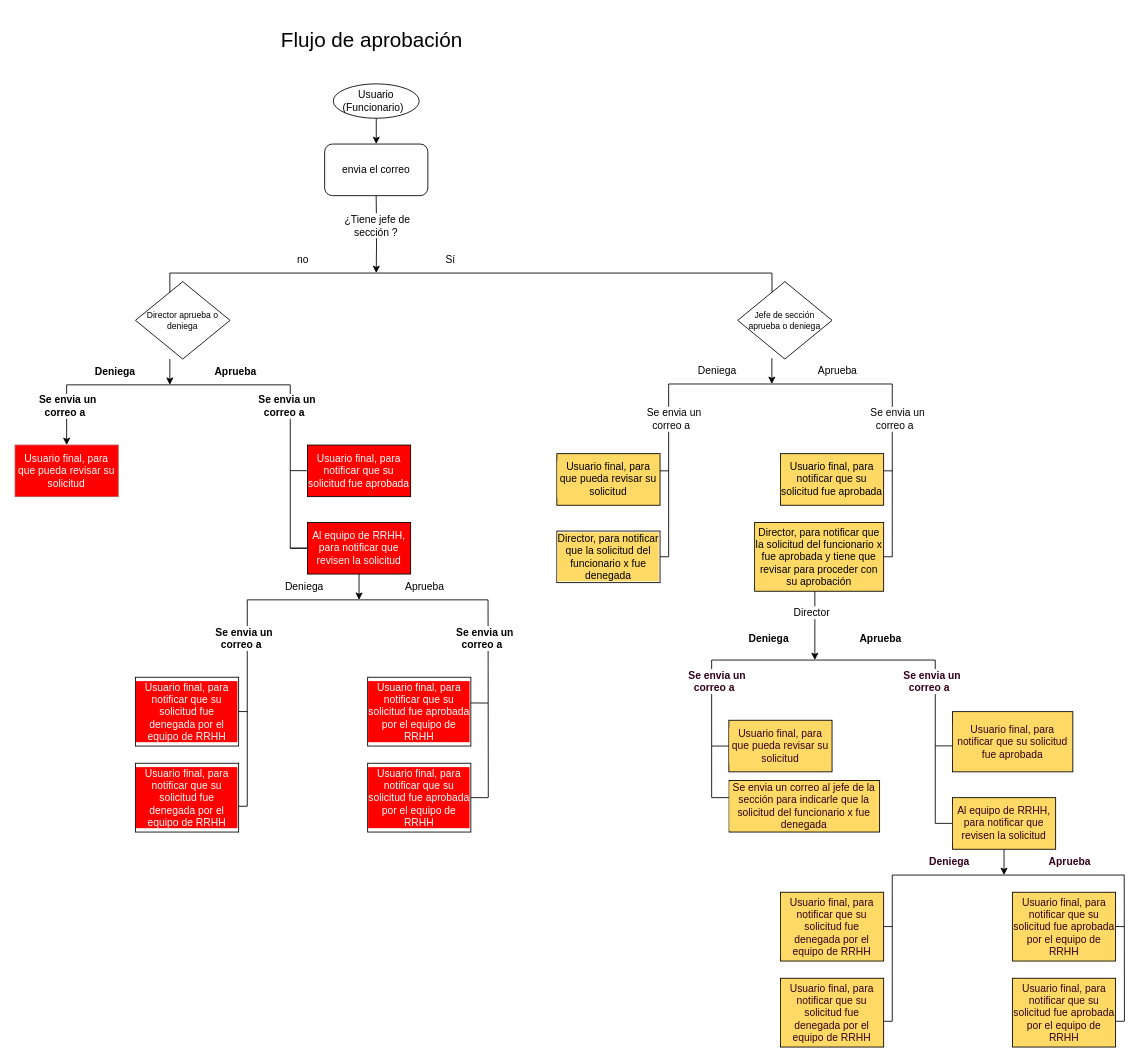
Before: page "Usuario Final" (1 of 3) of rrhh/Untitled Diagram.drawio in rmiambiente/DrawioInfo, a draw.io diagram. Source tidied: cells renumbered, new cells numbered last; positions are measured from the earlier drawing's top-left corner, leaving out a move shared by most shapes. Both pictures are drawn from the tidied source at 86%, with x=0, y=0 at pixel (15, 15).
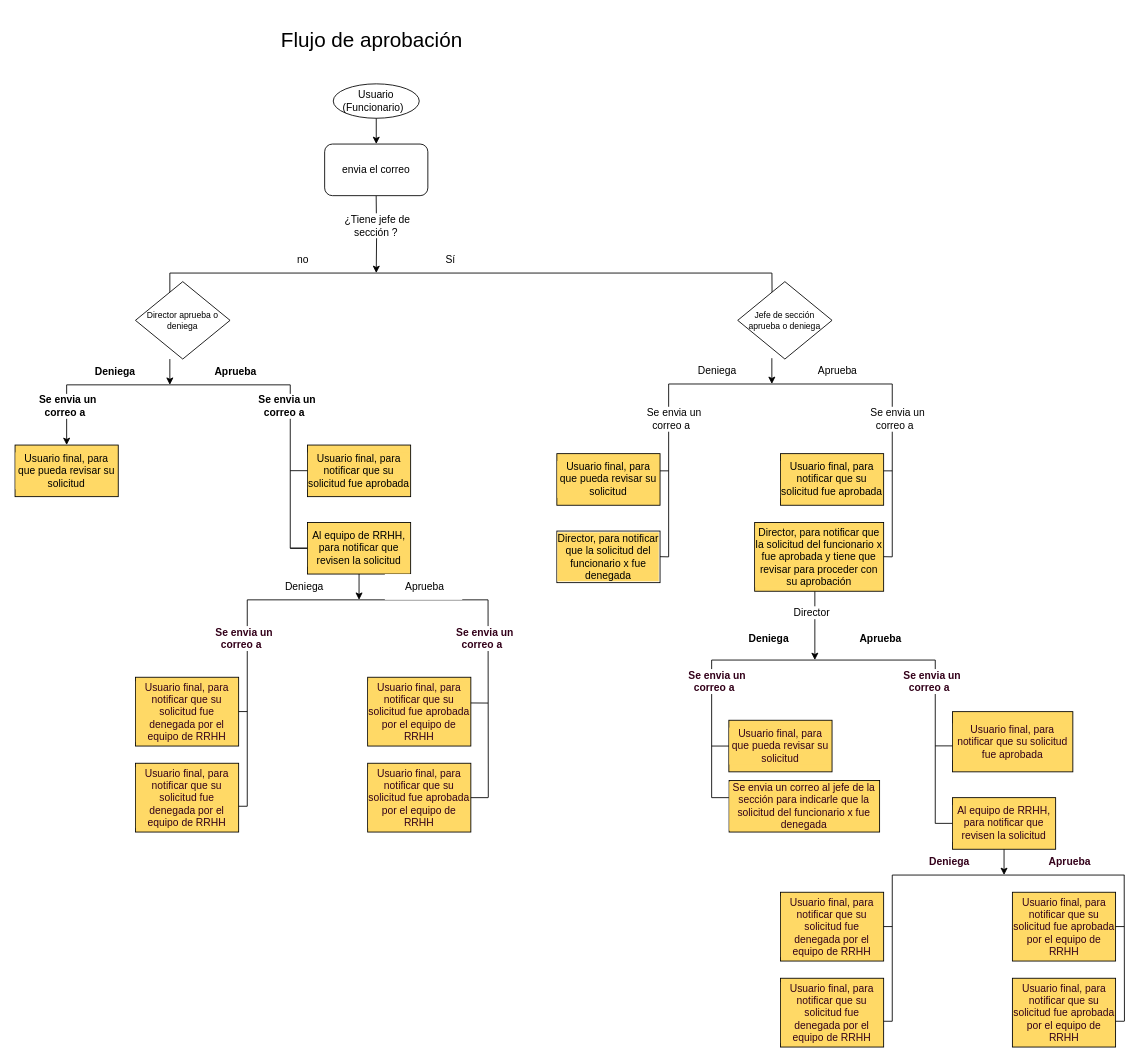
Above is the later version.

What changed in the source:
```diff
@@
-    <mxCell id="6" value="&amp;nbsp;Deniega" style="text;html=1;align=center;verticalAlign=middle;whiteSpace=wrap;rounded=0;labelBackgroundColor=default;" parent="1" vertex="1">
+    <mxCell id="6" value="&amp;nbsp;Deniega" style="text;html=1;align=center;verticalAlign=middle;whiteSpace=wrap;rounded=0;labelBackgroundColor=#FFFFFF;fontColor=#000000;" parent="1" vertex="1">
       <mxGeometry x="290" y="650" width="90" height="30" as="geometry" />
     </mxCell>
@@
-    <mxCell id="24" value="Usuario final, para que pueda revisar su solicitud" style="rounded=0;whiteSpace=wrap;html=1;fillColor=#FF0000;strokeColor=#b85450;fontColor=#FFFFFF;" parent="1" vertex="1">
+    <mxCell id="24" value="Usuario final, para que pueda revisar su solicitud" style="rounded=0;whiteSpace=wrap;html=1;fillColor=#FFD966;strokeColor=default;fontColor=#000000;labelBackgroundColor=#FFD966;" parent="1" vertex="1">
       <mxGeometry y="500" width="120" height="60" as="geometry" />
     </mxCell>
-    <mxCell id="25" value="Usuario final, para notificar que su solicitud fue aprobada" style="rounded=0;whiteSpace=wrap;html=1;fillColor=#FF0000;fontColor=#FFFFFF;" parent="1" vertex="1">
+    <mxCell id="25" value="Usuario final, para notificar que su solicitud fue aprobada" style="rounded=0;whiteSpace=wrap;html=1;fillColor=#FFD966;fontColor=#000000;labelBackgroundColor=#FFD966;" parent="1" vertex="1">
       <mxGeometry x="340" y="500" width="120" height="60" as="geometry" />
     </mxCell>
@@
-    <mxCell id="28" value="Al equipo de RRHH, para notificar que revisen la solicitud" style="rounded=0;whiteSpace=wrap;html=1;fillColor=#FF0000;fontColor=#FFFFFF;" parent="1" vertex="1">
+    <mxCell id="28" value="Al equipo de RRHH, para notificar que revisen la solicitud" style="rounded=0;whiteSpace=wrap;html=1;fillColor=#FFD966;fontColor=#000000;labelBackgroundColor=#FFD966;" parent="1" vertex="1">
       <mxGeometry x="340" y="590" width="120" height="60" as="geometry" />
     </mxCell>
-    <mxCell id="29" style="endArrow=none;html=1;rounded=0;" parent="1" edge="1">
+    <mxCell id="29" style="endArrow=none;html=1;rounded=0;labelBackgroundColor=#FFD966;fontColor=#000000;" parent="1" edge="1">
       <mxGeometry relative="1" as="geometry">
         <mxPoint x="320" y="619.9" as="sourcePoint" />
         <mxPoint x="340" y="619.9" as="targetPoint" />
       </mxGeometry>
     </mxCell>
-    <mxCell id="30" style="endArrow=none;html=1;rounded=0;" parent="1" edge="1">
+    <mxCell id="30" style="endArrow=none;html=1;rounded=0;labelBackgroundColor=#FFD966;fontColor=#000000;" parent="1" edge="1">
       <mxGeometry relative="1" as="geometry">
         <mxPoint x="320" y="529.8" as="sourcePoint" />
         <mxPoint x="340" y="529.8" as="targetPoint" />
       </mxGeometry>
     </mxCell>
-    <mxCell id="31" style="endArrow=none;html=1;rounded=0;" parent="1" edge="1">
+    <mxCell id="31" style="endArrow=none;html=1;rounded=0;labelBackgroundColor=#FFD966;" parent="1" edge="1">
       <mxGeometry relative="1" as="geometry">
         <mxPoint x="270" y="680" as="sourcePoint" />
         <mxPoint x="550" y="680" as="targetPoint" />
       </mxGeometry>
     </mxCell>
-    <mxCell id="32" style="endArrow=classic;html=1;rounded=0;" parent="1" edge="1">
+    <mxCell id="32" style="endArrow=classic;html=1;rounded=0;labelBackgroundColor=#FFD966;fontColor=#000000;" parent="1" edge="1">
       <mxGeometry relative="1" as="geometry">
         <mxPoint x="400" y="650" as="sourcePoint" />
         <mxPoint x="400" y="680" as="targetPoint" />
       </mxGeometry>
     </mxCell>
-    <mxCell id="33" value="&amp;nbsp;Aprueba" style="text;html=1;align=center;verticalAlign=middle;whiteSpace=wrap;rounded=0;" parent="1" vertex="1">
+    <mxCell id="33" value="&amp;nbsp;Aprueba" style="text;html=1;align=center;verticalAlign=middle;whiteSpace=wrap;rounded=0;labelBackgroundColor=#FFFFFF;fillColor=#FFFFFF;" parent="1" vertex="1">
       <mxGeometry x="430" y="650" width="90" height="30" as="geometry" />
     </mxCell>
-    <mxCell id="34" value="Usuario final, para notificar que su solicitud fue denegada por el equipo de RRHH" style="rounded=0;whiteSpace=wrap;html=1;labelBackgroundColor=#FF0000;fillColor=#FFFFFF;fontColor=#FFFFFF;" parent="1" vertex="1">
+    <mxCell id="34" value="Usuario final, para notificar que su solicitud fue denegada por el equipo de RRHH" style="rounded=0;whiteSpace=wrap;html=1;labelBackgroundColor=#FFD966;fillColor=#FFD966;fontColor=#33001A;" parent="1" vertex="1">
       <mxGeometry x="140" y="770" width="120" height="80" as="geometry" />
     </mxCell>
-    <mxCell id="35" value="Usuario final, para notificar que su solicitud fue denegada por el equipo de RRHH" style="rounded=0;whiteSpace=wrap;html=1;labelBackgroundColor=#FF0000;fillColor=#FFFFFF;fontColor=#FFFFFF;" parent="1" vertex="1">
+    <mxCell id="35" value="Usuario final, para notificar que su solicitud fue denegada por el equipo de RRHH" style="rounded=0;whiteSpace=wrap;html=1;labelBackgroundColor=#FFD966;fillColor=#FFD966;fontColor=#33001A;" parent="1" vertex="1">
       <mxGeometry x="140" y="870" width="120" height="80" as="geometry" />
     </mxCell>
-    <mxCell id="36" style="endArrow=none;html=1;rounded=0;" parent="1" edge="1">
+    <mxCell id="36" style="endArrow=none;html=1;rounded=0;labelBackgroundColor=#FFD966;" parent="1" edge="1">
       <mxGeometry relative="1" as="geometry">
         <mxPoint x="270" y="920" as="sourcePoint" />
         <mxPoint x="270" y="680" as="targetPoint" />
       </mxGeometry>
     </mxCell>
-    <mxCell id="37" style="endArrow=none;html=1;rounded=0;" parent="1" edge="1">
+    <mxCell id="37" style="endArrow=none;html=1;rounded=0;labelBackgroundColor=#FFD966;fontColor=#33001A;" parent="1" edge="1">
       <mxGeometry relative="1" as="geometry">
         <mxPoint x="260" y="809.9" as="sourcePoint" />
         <mxPoint x="270" y="809.9" as="targetPoint" />
       </mxGeometry>
     </mxCell>
-    <mxCell id="38" style="endArrow=none;html=1;rounded=0;" parent="1" edge="1">
+    <mxCell id="38" style="endArrow=none;html=1;rounded=0;labelBackgroundColor=#FFD966;fontColor=#33001A;" parent="1" edge="1">
       <mxGeometry relative="1" as="geometry">
         <mxPoint x="260" y="920" as="sourcePoint" />
         <mxPoint x="270" y="920" as="targetPoint" />
       </mxGeometry>
     </mxCell>
-    <mxCell id="39" value="Usuario final, para notificar que su solicitud fue aprobada por el equipo de RRHH" style="rounded=0;whiteSpace=wrap;html=1;labelBackgroundColor=#FF0000;fillColor=none;strokeColor=default;fontColor=#FFFFFF;" parent="1" vertex="1">
+    <mxCell id="39" value="Usuario final, para notificar que su solicitud fue aprobada por el equipo de RRHH" style="rounded=0;whiteSpace=wrap;html=1;labelBackgroundColor=#FFD966;fillColor=#FFD966;strokeColor=default;fontColor=#33001A;" parent="1" vertex="1">
       <mxGeometry x="410" y="770" width="120" height="80" as="geometry" />
     </mxCell>
-    <mxCell id="40" value="Usuario final, para notificar que su solicitud fue aprobada por el equipo de RRHH" style="rounded=0;whiteSpace=wrap;html=1;labelBackgroundColor=#FF0000;fillColor=none;strokeColor=default;fontColor=#FFFFFF;" parent="1" vertex="1">
+    <mxCell id="40" value="Usuario final, para notificar que su solicitud fue aprobada por el equipo de RRHH" style="rounded=0;whiteSpace=wrap;html=1;labelBackgroundColor=#FFD966;fillColor=#FFD966;strokeColor=default;fontColor=#33001A;" parent="1" vertex="1">
       <mxGeometry x="410" y="870" width="120" height="80" as="geometry" />
     </mxCell>
-    <mxCell id="41" style="endArrow=none;html=1;rounded=0;" parent="1" edge="1">
+    <mxCell id="41" style="endArrow=none;html=1;rounded=0;labelBackgroundColor=#FFD966;" parent="1" edge="1">
       <mxGeometry relative="1" as="geometry">
         <mxPoint x="550.3" y="910" as="sourcePoint" />
         <mxPoint x="550" y="680" as="targetPoint" />
       </mxGeometry>
     </mxCell>
-    <mxCell id="42" style="endArrow=none;html=1;rounded=0;labelBackgroundColor=#FF0000;fillColor=#f8cecc;strokeColor=default;" parent="1" edge="1">
+    <mxCell id="42" style="endArrow=none;html=1;rounded=0;labelBackgroundColor=#FFD966;fillColor=#f8cecc;strokeColor=default;fontColor=#33001A;" parent="1" edge="1">
       <mxGeometry relative="1" as="geometry">
         <mxPoint x="530" y="799.9" as="sourcePoint" />
         <mxPoint x="550" y="800" as="targetPoint" />
       </mxGeometry>
     </mxCell>
-    <mxCell id="43" style="endArrow=none;html=1;rounded=0;labelBackgroundColor=#FF0000;fillColor=#f8cecc;strokeColor=default;" parent="1" edge="1">
+    <mxCell id="43" style="endArrow=none;html=1;rounded=0;labelBackgroundColor=#FFD966;fillColor=#f8cecc;strokeColor=default;fontColor=#33001A;" parent="1" edge="1">
       <mxGeometry relative="1" as="geometry">
         <mxPoint x="530" y="910" as="sourcePoint" />
         <mxPoint x="550" y="910" as="targetPoint" />
       </mxGeometry>
     </mxCell>
@@
-    <mxCell id="74" style="endArrow=none;html=1;rounded=0;" parent="1" edge="1">
+    <mxCell id="74" style="endArrow=none;html=1;rounded=0;labelBackgroundColor=#FFD966;fontColor=#000000;" parent="1" edge="1">
       <mxGeometry relative="1" as="geometry">
         <mxPoint x="320" y="620" as="sourcePoint" />
         <mxPoint x="340" y="620" as="targetPoint" />
       </mxGeometry>
     </mxCell>
@@
-    <mxCell id="84" value="&amp;nbsp;Se envia un correo a&amp;nbsp;" style="text;html=1;align=center;verticalAlign=middle;whiteSpace=wrap;rounded=0;labelBackgroundColor=default;fontStyle=1;" parent="1" vertex="1">
+    <mxCell id="84" value="&amp;nbsp;Se envia un correo a&amp;nbsp;" style="text;html=1;align=center;verticalAlign=middle;whiteSpace=wrap;rounded=0;labelBackgroundColor=#FFFFFF;fontStyle=1;fontColor=#33001A;" parent="1" vertex="1">
       <mxGeometry x="220" y="710" width="90" height="30" as="geometry" />
     </mxCell>
-    <mxCell id="85" value="&amp;nbsp;Se envia un correo a&amp;nbsp;" style="text;html=1;align=center;verticalAlign=middle;whiteSpace=wrap;rounded=0;labelBackgroundColor=default;fontStyle=1;" parent="1" vertex="1">
+    <mxCell id="85" value="&amp;nbsp;Se envia un correo a&amp;nbsp;" style="text;html=1;align=center;verticalAlign=middle;whiteSpace=wrap;rounded=0;labelBackgroundColor=#FFFFFF;fontStyle=1;fontColor=#33001A;" parent="1" vertex="1">
       <mxGeometry x="500" y="710" width="90" height="30" as="geometry" />
     </mxCell>
```
